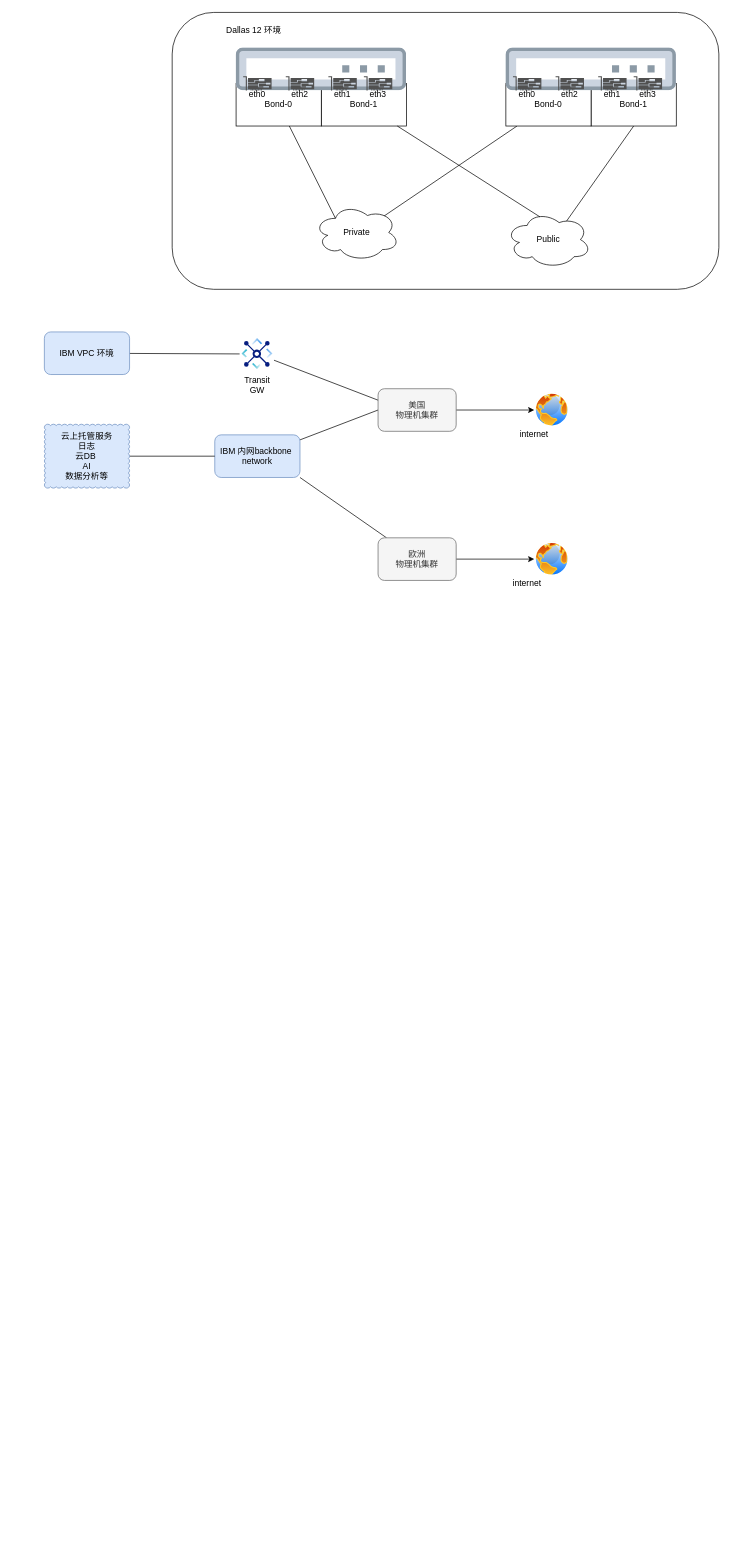
Earlier version of the draw.io diagram cloudland-softlayer.drawio (threen134/draw). Source tidied: cells renumbered, new cells numbered last; positions are measured from the earlier drawing's top-left corner, leaving out a move shared by most shapes. Both pictures are drawn from the tidied source at 71%, with x=0, y=0 at pixel (44, 12).
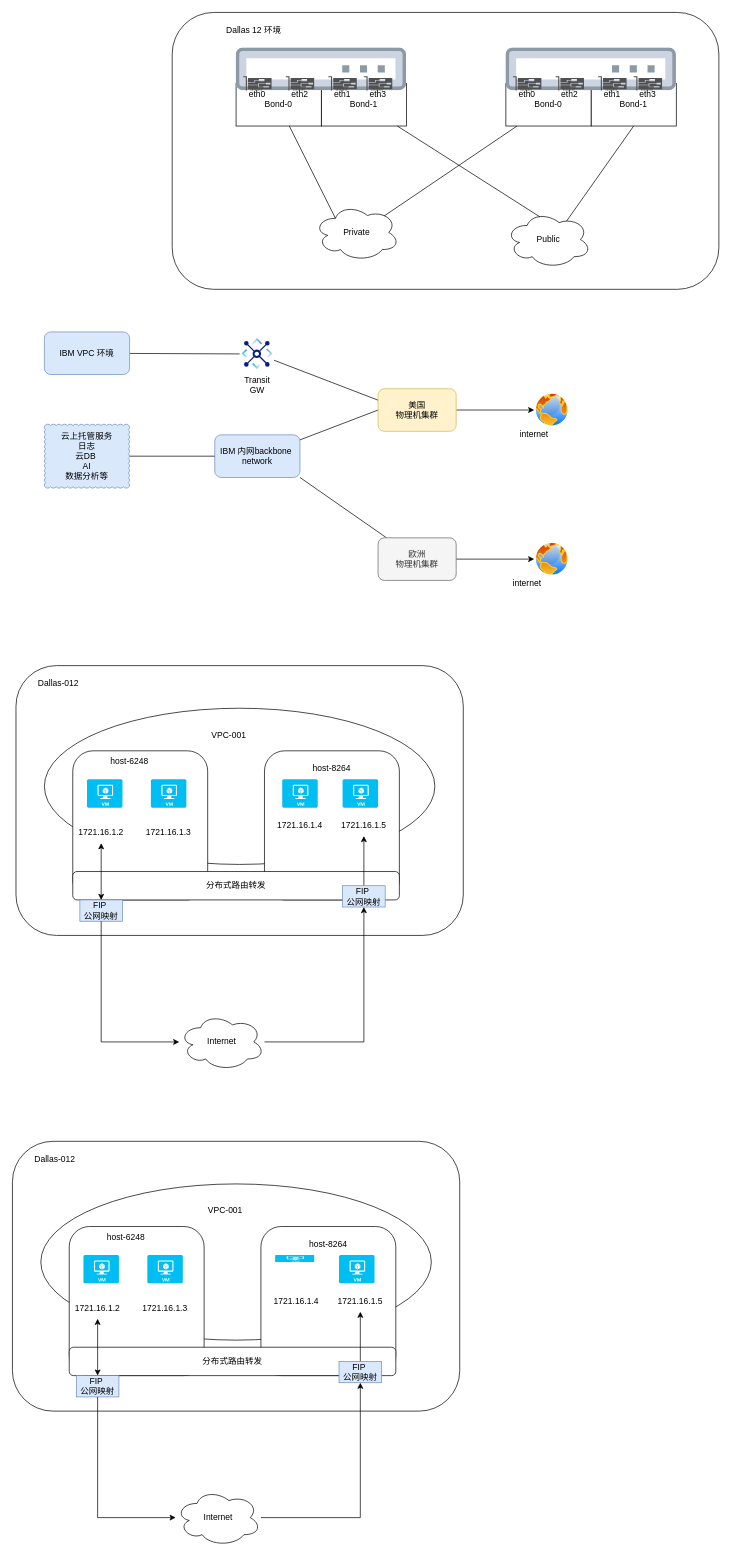
The same diagram, later.

Diff of the diagram source:
```diff
@@
+    <mxCell id="50" style="rounded=1;whiteSpace=wrap;html=1;" parent="1" vertex="1">
+      <mxGeometry x="-40" y="920" width="630" height="380" as="geometry" />
+    </mxCell>
+    <mxCell id="51" style="ellipse;whiteSpace=wrap;html=1;" parent="1" vertex="1">
+      <mxGeometry y="980" width="550" height="220" as="geometry" />
+    </mxCell>
+    <mxCell id="52" style="rounded=1;whiteSpace=wrap;html=1;" parent="1" vertex="1">
+      <mxGeometry x="310" y="1040" width="190" height="210" as="geometry" />
+    </mxCell>
+    <mxCell id="53" style="rounded=1;whiteSpace=wrap;html=1;" parent="1" vertex="1">
+      <mxGeometry x="40" y="1040" width="190" height="210" as="geometry" />
+    </mxCell>
@@
-    <mxCell id="41" value="美国&lt;br&gt;物理机集群" style="rounded=1;whiteSpace=wrap;html=1;fillColor=#f5f5f5;strokeColor=#666666;fontColor=#333333;" parent="1" vertex="1">
+    <mxCell id="41" value="美国&lt;br&gt;物理机集群" style="rounded=1;whiteSpace=wrap;html=1;fillColor=#fff2cc;strokeColor=#d6b656;" parent="1" vertex="1">
       <mxGeometry x="470" y="530" width="110" height="60" as="geometry" />
     </mxCell>
@@
+    <mxCell id="54" style="verticalLabelPosition=bottom;html=1;verticalAlign=top;align=center;strokeColor=none;fillColor=#00BEF2;shape=mxgraph.azure.virtual_machine;" parent="1" vertex="1">
+      <mxGeometry x="150" y="1080" width="50" height="40" as="geometry" />
+    </mxCell>
+    <mxCell id="55" style="verticalLabelPosition=bottom;html=1;verticalAlign=top;align=center;strokeColor=none;fillColor=#00BEF2;shape=mxgraph.azure.virtual_machine;" parent="1" vertex="1">
+      <mxGeometry x="420" y="1080" width="50" height="40" as="geometry" />
+    </mxCell>
+    <mxCell id="56" style="verticalLabelPosition=bottom;html=1;verticalAlign=top;align=center;strokeColor=none;fillColor=#00BEF2;shape=mxgraph.azure.virtual_machine;" parent="1" vertex="1">
+      <mxGeometry x="60" y="1080" width="50" height="40" as="geometry" />
+    </mxCell>
+    <mxCell id="57" style="verticalLabelPosition=bottom;html=1;verticalAlign=top;align=center;strokeColor=none;fillColor=#00BEF2;shape=mxgraph.azure.virtual_machine;" parent="1" vertex="1">
+      <mxGeometry x="335" y="1080" width="50" height="40" as="geometry" />
+    </mxCell>
+    <mxCell id="58" value="1721.16.1.2" style="text;html=1;whiteSpace=wrap;strokeColor=none;fillColor=none;align=center;verticalAlign=middle;rounded=0;" parent="1" vertex="1">
+      <mxGeometry x="50" y="1140" width="60" height="30" as="geometry" />
+    </mxCell>
+    <mxCell id="59" value="1721.16.1.3" style="text;html=1;whiteSpace=wrap;strokeColor=none;fillColor=none;align=center;verticalAlign=middle;rounded=0;" parent="1" vertex="1">
+      <mxGeometry x="145" y="1140" width="60" height="30" as="geometry" />
+    </mxCell>
+    <mxCell id="60" value="host-6248" style="text;html=1;whiteSpace=wrap;strokeColor=none;fillColor=none;align=center;verticalAlign=middle;rounded=0;" parent="1" vertex="1">
+      <mxGeometry x="90" y="1040" width="60" height="30" as="geometry" />
+    </mxCell>
+    <mxCell id="61" value="host-8264" style="text;html=1;whiteSpace=wrap;strokeColor=none;fillColor=none;align=center;verticalAlign=middle;rounded=0;" parent="1" vertex="1">
+      <mxGeometry x="375" y="1050" width="60" height="30" as="geometry" />
+    </mxCell>
+    <mxCell id="62" value="1721.16.1.4" style="text;html=1;whiteSpace=wrap;strokeColor=none;fillColor=none;align=center;verticalAlign=middle;rounded=0;" parent="1" vertex="1">
+      <mxGeometry x="330" y="1130" width="60" height="30" as="geometry" />
+    </mxCell>
+    <mxCell id="63" value="1721.16.1.5" style="text;html=1;whiteSpace=wrap;strokeColor=none;fillColor=none;align=center;verticalAlign=middle;rounded=0;" parent="1" vertex="1">
+      <mxGeometry x="420" y="1130" width="60" height="30" as="geometry" />
+    </mxCell>
+    <mxCell id="64" value="分布式路由转发" style="rounded=1;whiteSpace=wrap;html=1;" parent="1" vertex="1">
+      <mxGeometry x="40" y="1210" width="460" height="40" as="geometry" />
+    </mxCell>
+    <mxCell id="65" value="FIP&amp;nbsp;&lt;div&gt;公网映射&lt;/div&gt;" style="text;html=1;whiteSpace=wrap;strokeColor=#6c8ebf;fillColor=#dae8fc;align=center;verticalAlign=middle;rounded=0;" parent="1" vertex="1">
+      <mxGeometry x="50" y="1250" width="60" height="30" as="geometry" />
+    </mxCell>
+    <mxCell id="66" value="VPC-001&lt;div&gt;&lt;br&gt;&lt;/div&gt;" style="text;html=1;whiteSpace=wrap;strokeColor=none;fillColor=none;align=center;verticalAlign=middle;rounded=0;" parent="1" vertex="1">
+      <mxGeometry x="230" y="1010" width="60" height="30" as="geometry" />
+    </mxCell>
+    <mxCell id="67" value="Dallas-012" style="text;html=1;whiteSpace=wrap;strokeColor=none;fillColor=none;align=center;verticalAlign=middle;rounded=0;" parent="1" vertex="1">
+      <mxGeometry x="-10" y="930" width="60" height="30" as="geometry" />
+    </mxCell>
+    <mxCell id="68" style="edgeStyle=orthogonalEdgeStyle;rounded=0;jettySize=auto;html=1;" parent="1" edge="1" source="69" target="63">
+      <mxGeometry relative="1" as="geometry" />
+    </mxCell>
+    <mxCell id="69" value="FIP&amp;nbsp;&lt;div&gt;公网映射&lt;/div&gt;" style="text;html=1;whiteSpace=wrap;strokeColor=#6c8ebf;fillColor=#dae8fc;align=center;verticalAlign=middle;rounded=0;" parent="1" vertex="1">
+      <mxGeometry x="420" y="1230" width="60" height="30" as="geometry" />
+    </mxCell>
+    <mxCell id="70" style="edgeStyle=orthogonalEdgeStyle;rounded=0;jettySize=auto;html=1;entryX=0.5;entryY=1;entryDx=0;entryDy=0;startArrow=classic;startFill=1;endArrow=none;endFill=0;" parent="1" edge="1" source="72" target="65">
+      <mxGeometry relative="1" as="geometry" />
+    </mxCell>
+    <mxCell id="71" style="edgeStyle=orthogonalEdgeStyle;rounded=0;jettySize=auto;html=1;" parent="1" edge="1" source="72" target="69">
+      <mxGeometry relative="1" as="geometry" />
+    </mxCell>
+    <mxCell id="72" value="Internet" style="ellipse;shape=cloud;whiteSpace=wrap;html=1;" parent="1" vertex="1">
+      <mxGeometry x="190" y="1410" width="120" height="80" as="geometry" />
+    </mxCell>
+    <mxCell id="73" style="endArrow=classic;startArrow=classic;html=1;rounded=0;entryX=0.5;entryY=1;entryDx=0;entryDy=0;exitX=0.5;exitY=0;exitDx=0;exitDy=0;" parent="1" edge="1" source="65" target="58">
+      <mxGeometry relative="1" as="geometry" />
+    </mxCell>
+    <mxCell id="74" style="rounded=1;whiteSpace=wrap;html=1;" parent="1" vertex="1">
+      <mxGeometry x="-45" y="1590" width="630" height="380" as="geometry" />
+    </mxCell>
+    <mxCell id="75" style="ellipse;whiteSpace=wrap;html=1;" parent="1" vertex="1">
+      <mxGeometry x="-5" y="1650" width="550" height="220" as="geometry" />
+    </mxCell>
+    <mxCell id="76" style="rounded=1;whiteSpace=wrap;html=1;" parent="1" vertex="1">
+      <mxGeometry x="305" y="1710" width="190" height="210" as="geometry" />
+    </mxCell>
+    <mxCell id="77" style="rounded=1;whiteSpace=wrap;html=1;" parent="1" vertex="1">
+      <mxGeometry x="35" y="1710" width="190" height="210" as="geometry" />
+    </mxCell>
+    <mxCell id="78" style="verticalLabelPosition=bottom;html=1;verticalAlign=top;align=center;strokeColor=none;fillColor=#00BEF2;shape=mxgraph.azure.virtual_machine;" parent="1" vertex="1">
+      <mxGeometry x="145" y="1750" width="50" height="40" as="geometry" />
+    </mxCell>
+    <mxCell id="79" style="verticalLabelPosition=bottom;html=1;verticalAlign=top;align=center;strokeColor=none;fillColor=#00BEF2;shape=mxgraph.azure.virtual_machine;" parent="1" vertex="1">
+      <mxGeometry x="415" y="1750" width="50" height="40" as="geometry" />
+    </mxCell>
+    <mxCell id="80" style="verticalLabelPosition=bottom;html=1;verticalAlign=top;align=center;strokeColor=none;fillColor=#00BEF2;shape=mxgraph.azure.virtual_machine;" parent="1" vertex="1">
+      <mxGeometry x="55" y="1750" width="50" height="40" as="geometry" />
+    </mxCell>
+    <mxCell id="81" style="verticalLabelPosition=bottom;html=1;verticalAlign=top;align=center;strokeColor=none;fillColor=#00BEF2;shape=mxgraph.azure.virtual_machine;" parent="1" vertex="1">
+      <mxGeometry x="325" y="1750" width="55" height="10" as="geometry" />
+    </mxCell>
+    <mxCell id="82" value="1721.16.1.2" style="text;html=1;whiteSpace=wrap;strokeColor=none;fillColor=none;align=center;verticalAlign=middle;rounded=0;" parent="1" vertex="1">
+      <mxGeometry x="45" y="1810" width="60" height="30" as="geometry" />
+    </mxCell>
+    <mxCell id="83" value="1721.16.1.3" style="text;html=1;whiteSpace=wrap;strokeColor=none;fillColor=none;align=center;verticalAlign=middle;rounded=0;" parent="1" vertex="1">
+      <mxGeometry x="140" y="1810" width="60" height="30" as="geometry" />
+    </mxCell>
+    <mxCell id="84" value="host-6248" style="text;html=1;whiteSpace=wrap;strokeColor=none;fillColor=none;align=center;verticalAlign=middle;rounded=0;" parent="1" vertex="1">
+      <mxGeometry x="85" y="1710" width="60" height="30" as="geometry" />
+    </mxCell>
+    <mxCell id="85" value="host-8264" style="text;html=1;whiteSpace=wrap;strokeColor=none;fillColor=none;align=center;verticalAlign=middle;rounded=0;" parent="1" vertex="1">
+      <mxGeometry x="370" y="1720" width="60" height="30" as="geometry" />
+    </mxCell>
+    <mxCell id="86" value="1721.16.1.4" style="text;html=1;whiteSpace=wrap;strokeColor=none;fillColor=none;align=center;verticalAlign=middle;rounded=0;" parent="1" vertex="1">
+      <mxGeometry x="325" y="1800" width="60" height="30" as="geometry" />
+    </mxCell>
+    <mxCell id="87" value="1721.16.1.5" style="text;html=1;whiteSpace=wrap;strokeColor=none;fillColor=none;align=center;verticalAlign=middle;rounded=0;" parent="1" vertex="1">
+      <mxGeometry x="415" y="1800" width="60" height="30" as="geometry" />
+    </mxCell>
+    <mxCell id="88" value="分布式路由转发" style="rounded=1;whiteSpace=wrap;html=1;" parent="1" vertex="1">
+      <mxGeometry x="35" y="1880" width="460" height="40" as="geometry" />
+    </mxCell>
+    <mxCell id="89" value="FIP&amp;nbsp;&lt;div&gt;公网映射&lt;/div&gt;" style="text;html=1;whiteSpace=wrap;strokeColor=#6c8ebf;fillColor=#dae8fc;align=center;verticalAlign=middle;rounded=0;" parent="1" vertex="1">
+      <mxGeometry x="45" y="1920" width="60" height="30" as="geometry" />
+    </mxCell>
+    <mxCell id="90" value="VPC-001&lt;div&gt;&lt;br&gt;&lt;/div&gt;" style="text;html=1;whiteSpace=wrap;strokeColor=none;fillColor=none;align=center;verticalAlign=middle;rounded=0;" parent="1" vertex="1">
+      <mxGeometry x="225" y="1680" width="60" height="30" as="geometry" />
+    </mxCell>
+    <mxCell id="91" value="Dallas-012" style="text;html=1;whiteSpace=wrap;strokeColor=none;fillColor=none;align=center;verticalAlign=middle;rounded=0;" parent="1" vertex="1">
+      <mxGeometry x="-15" y="1600" width="60" height="30" as="geometry" />
+    </mxCell>
+    <mxCell id="92" style="edgeStyle=orthogonalEdgeStyle;rounded=0;jettySize=auto;html=1;" parent="1" edge="1" source="93" target="87">
+      <mxGeometry relative="1" as="geometry" />
+    </mxCell>
+    <mxCell id="93" value="FIP&amp;nbsp;&lt;div&gt;公网映射&lt;/div&gt;" style="text;html=1;whiteSpace=wrap;strokeColor=#6c8ebf;fillColor=#dae8fc;align=center;verticalAlign=middle;rounded=0;" parent="1" vertex="1">
+      <mxGeometry x="415" y="1900" width="60" height="30" as="geometry" />
+    </mxCell>
+    <mxCell id="94" style="edgeStyle=orthogonalEdgeStyle;rounded=0;jettySize=auto;html=1;entryX=0.5;entryY=1;entryDx=0;entryDy=0;startArrow=classic;startFill=1;endArrow=none;endFill=0;" parent="1" edge="1" source="96" target="89">
+      <mxGeometry relative="1" as="geometry" />
+    </mxCell>
+    <mxCell id="95" style="edgeStyle=orthogonalEdgeStyle;rounded=0;jettySize=auto;html=1;" parent="1" edge="1" source="96" target="93">
+      <mxGeometry relative="1" as="geometry" />
+    </mxCell>
+    <mxCell id="96" value="Internet" style="ellipse;shape=cloud;whiteSpace=wrap;html=1;" parent="1" vertex="1">
+      <mxGeometry x="185" y="2080" width="120" height="80" as="geometry" />
+    </mxCell>
+    <mxCell id="97" style="endArrow=classic;startArrow=classic;html=1;rounded=0;entryX=0.5;entryY=1;entryDx=0;entryDy=0;exitX=0.5;exitY=0;exitDx=0;exitDy=0;" parent="1" edge="1" source="89" target="82">
+      <mxGeometry relative="1" as="geometry" />
+    </mxCell>
```
